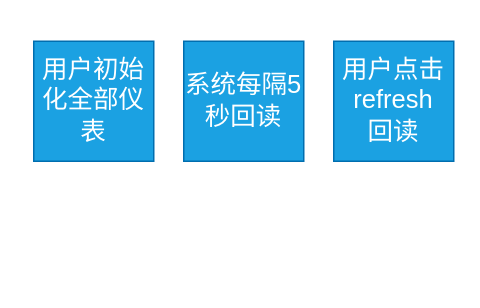
The draw.io diagram page "03.合并的命令" (3 of 7) of ddd/Copy of gb_ddd_event_storm.drawio in liulijun-dev/gb, before the edit. Source tidied: cells renumbered, new cells numbered last; positions are measured from the earlier drawing's top-left corner, leaving out a move shared by most shapes. Both pictures are drawn from the tidied source at 150%, with x=0, y=0 at pixel (33, 40).
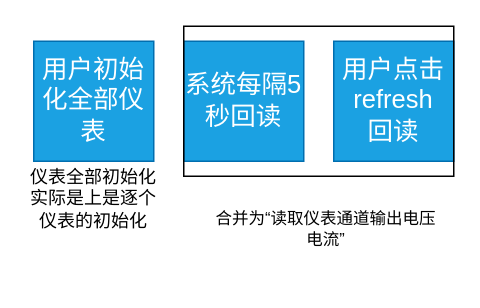
After the change.

Change to the diagram source:
```diff
@@
 <mxGraphModel>
   <root>
     <mxCell id="0" />
     <mxCell id="1" parent="0" />
     <mxCell id="2" value="用户初始化全部仪表" style="whiteSpace=wrap;html=1;fontSize=17;fontColor=#ffffff;fillColor=#1ba1e2;strokeColor=#006EAF;" parent="1" vertex="1">
       <mxGeometry width="80" height="80" as="geometry" />
     </mxCell>
     <mxCell id="3" value="系统每隔5秒回读" style="whiteSpace=wrap;html=1;fontSize=17;fontColor=#ffffff;fillColor=#1ba1e2;strokeColor=#006EAF;" parent="1" vertex="1">
       <mxGeometry x="100" width="80" height="80" as="geometry" />
     </mxCell>
     <mxCell id="4" value="用户点击&lt;br&gt;refresh&lt;br&gt;回读" style="whiteSpace=wrap;html=1;fontSize=17;fontColor=#ffffff;fillColor=#1ba1e2;strokeColor=#006EAF;" parent="1" vertex="1">
       <mxGeometry x="200" width="80" height="80" as="geometry" />
     </mxCell>
+    <mxCell id="5" value="仪表全部初始化实际是上是逐个仪表的初始化" style="text;html=1;strokeColor=none;fillColor=none;align=center;verticalAlign=middle;whiteSpace=wrap;rounded=0;fontSize=12;" parent="1" vertex="1">
+      <mxGeometry x="-5" y="90" width="90" height="30" as="geometry" />
+    </mxCell>
+    <mxCell id="6" style="rounded=0;whiteSpace=wrap;html=1;fontSize=12;fillColor=none;" parent="1" vertex="1">
+      <mxGeometry x="100" y="-10" width="180" height="100" as="geometry" />
+    </mxCell>
+    <mxCell id="7" value="&lt;span style=&quot;font-size: 11px&quot;&gt;合并为“读取仪表通道输出电压电流”&lt;/span&gt;" style="text;html=1;strokeColor=none;fillColor=none;align=center;verticalAlign=middle;whiteSpace=wrap;rounded=0;fontSize=11;fontColor=#000000;" parent="1" vertex="1">
+      <mxGeometry x="120" y="90" width="150" height="70" as="geometry" />
+    </mxCell>
   </root>
 </mxGraphModel>
```
